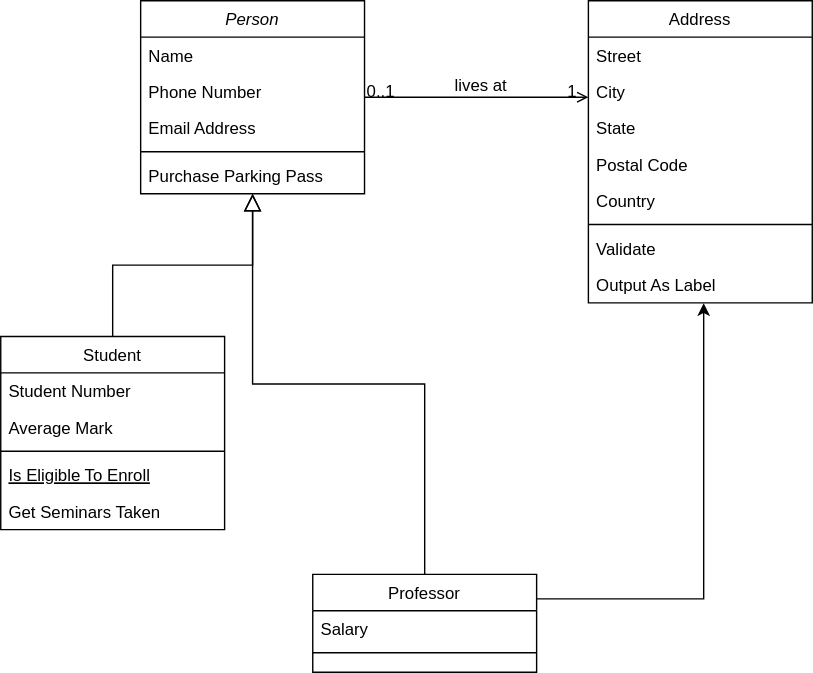
This is Untitled Diagram.drawio.svg from myziny/test-repository, a draw.io export, as it was before one commit. Source tidied: cells renumbered, new cells last; positions are measured from the earlier drawing's top-left corner, leaving out a move shared by most shapes.
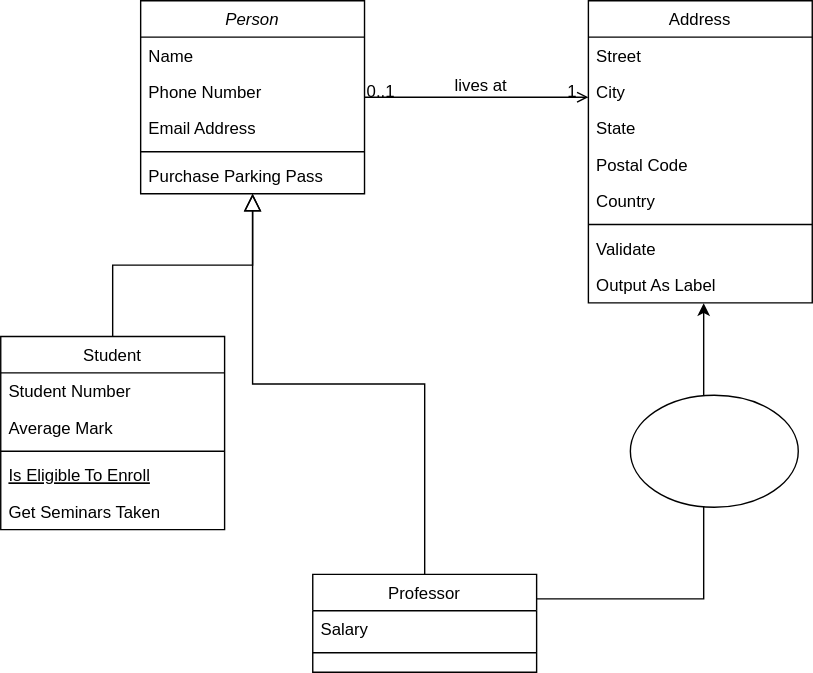
Above is the later version.

Change to the diagram source:
```diff
@@ -114,5 +114,8 @@
         <mxPoint x="-38" y="40" as="offset" />
       </mxGeometry>
     </mxCell>
+    <mxCell id="33" style="ellipse;whiteSpace=wrap;html=1;" parent="1" vertex="1">
+      <mxGeometry x="450" y="282" width="120" height="80" as="geometry" />
+    </mxCell>
   </root>
 </mxGraphModel>
```
